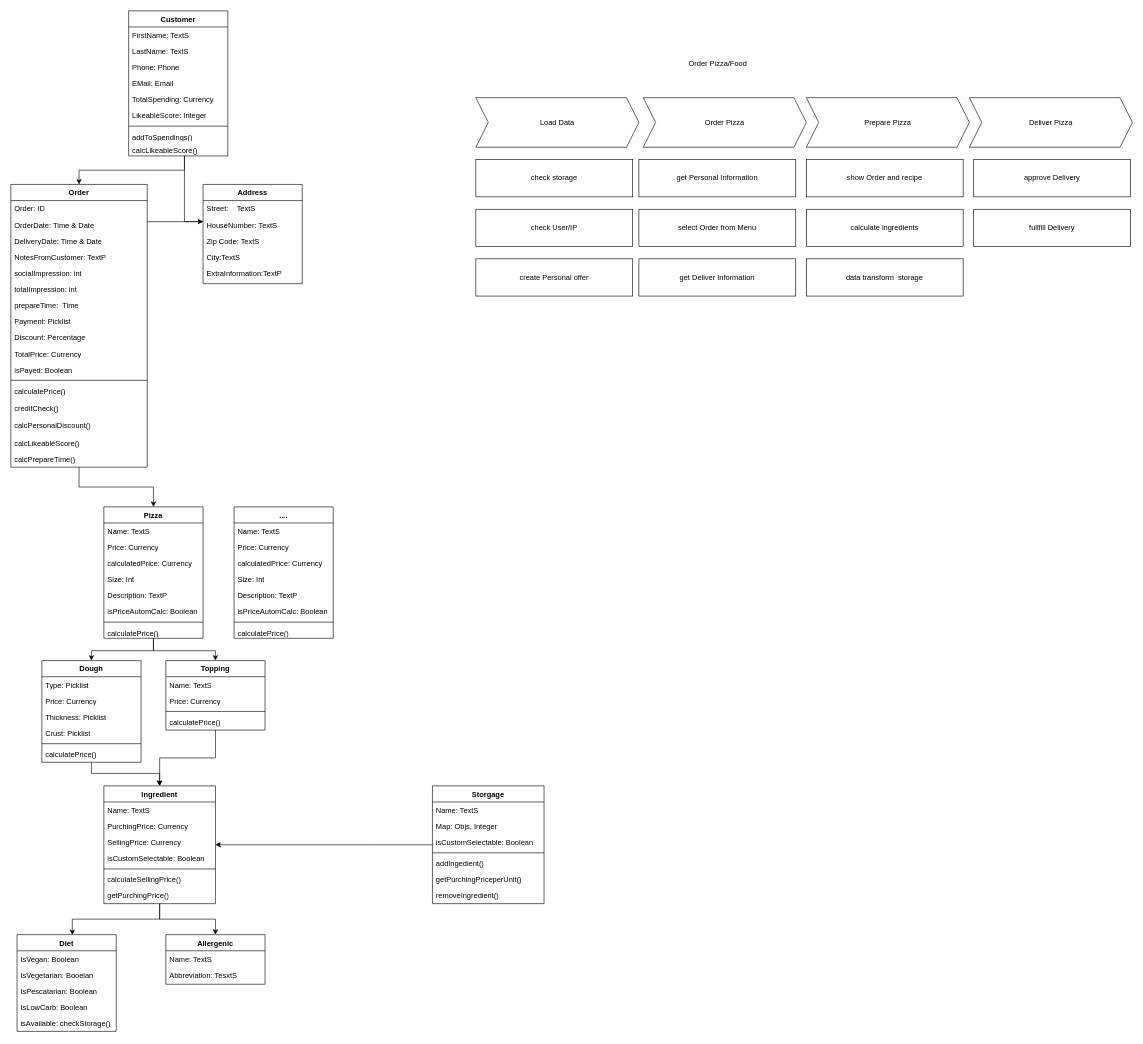
MBundel/Pega-Pizza keeps this draw.io diagram as PegaPizza.drawio. Above is the earlier version. Source tidied: cells renumbered, new cells numbered last; positions are measured from the earlier drawing's top-left corner, leaving out a move shared by most shapes. Both pictures are drawn from the tidied source at 62%, with x=0, y=0 at pixel (11, 11).
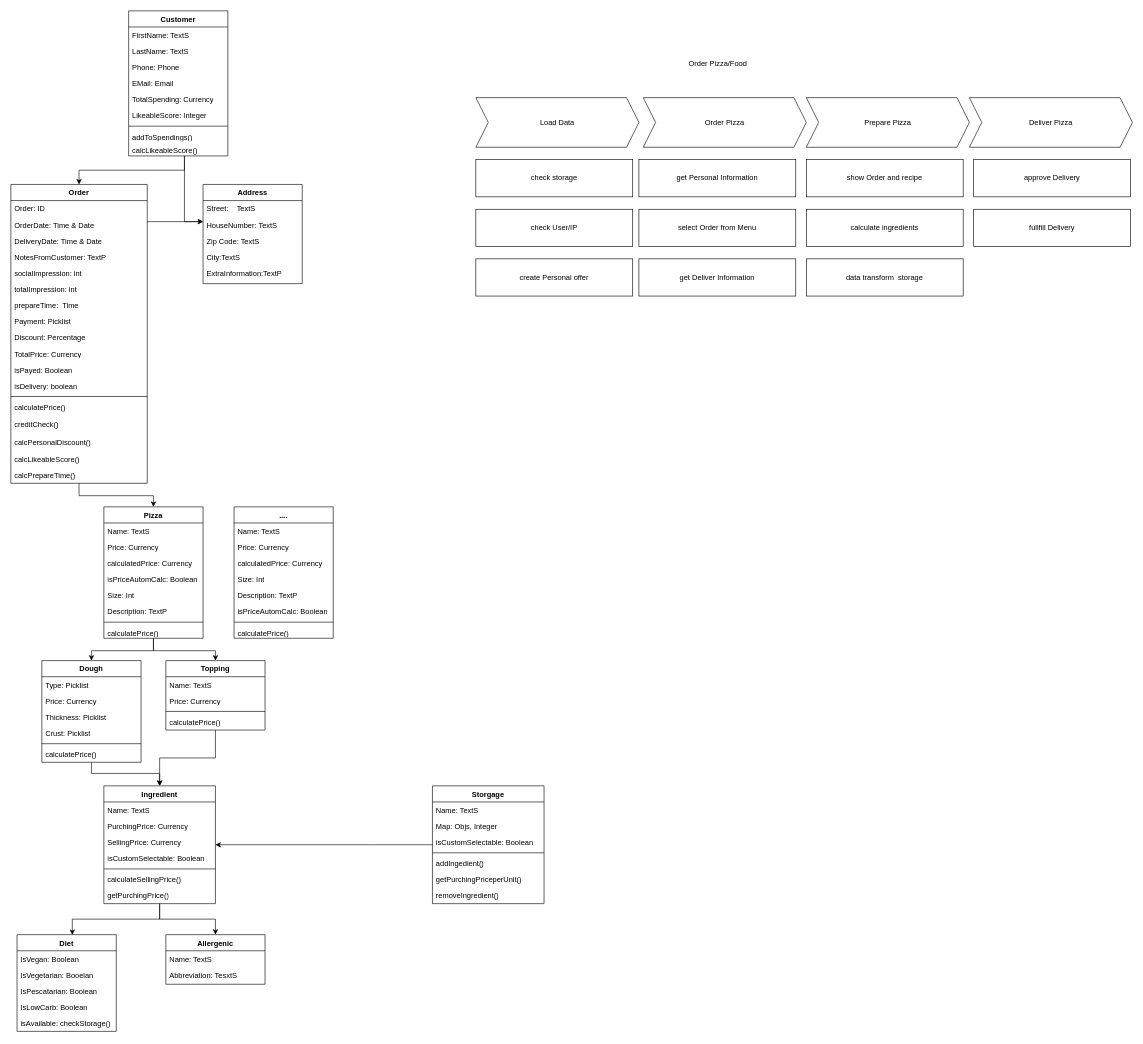
The same diagram, later.

The change refers to these unchanged cells:
```xml
<mxCell id="20" value="Pizza" style="swimlane;fontStyle=1;align=center;verticalAlign=top;horizontal=1;startSize=26;whiteSpace=wrap;html=1;" parent="1" vertex="1">
  <mxGeometry x="150" y="800" width="160" height="212" as="geometry" />
</mxCell>
```

The edit, as a diff of the source:
```diff
@@
+    <mxCell id="26" value="isPriceAutomCalc: Boolean" style="text;strokeColor=none;fillColor=none;align=left;verticalAlign=top;spacingLeft=4;spacingRight=4;overflow=hidden;whiteSpace=wrap;html=1;" parent="20" vertex="1">
+      <mxGeometry y="104" width="160" height="26" as="geometry" />
+    </mxCell>
     <mxCell id="24" value="Size: Int" style="text;strokeColor=none;fillColor=none;align=left;verticalAlign=top;spacingLeft=4;spacingRight=4;overflow=hidden;whiteSpace=wrap;html=1;" parent="20" vertex="1">
-      <mxGeometry y="104" width="160" height="26" as="geometry" />
+      <mxGeometry y="130" width="160" height="26" as="geometry" />
     </mxCell>
     <mxCell id="25" value="Description: TextP" style="text;strokeColor=none;fillColor=none;align=left;verticalAlign=top;spacingLeft=4;spacingRight=4;overflow=hidden;whiteSpace=wrap;html=1;" parent="20" vertex="1">
-      <mxGeometry y="130" width="160" height="26" as="geometry" />
+      <mxGeometry y="156" width="160" height="26" as="geometry" />
     </mxCell>
-    <mxCell id="26" value="isPriceAutomCalc: Boolean" style="text;strokeColor=none;fillColor=none;align=left;verticalAlign=top;spacingLeft=4;spacingRight=4;overflow=hidden;whiteSpace=wrap;html=1;" parent="20" vertex="1">
-      <mxGeometry y="156" width="160" height="26" as="geometry" />
-    </mxCell>
@@
     <mxCell id="33" value="Order" style="swimlane;fontStyle=1;align=center;verticalAlign=top;horizontal=1;startSize=26;whiteSpace=wrap;html=1;" parent="1" vertex="1">
-      <mxGeometry y="280" width="220" height="456" as="geometry" />
+      <mxGeometry y="280" width="220" height="482" as="geometry" />
     </mxCell>
@@
+    <mxCell id="118" value="isDelivery: boolean" style="text;strokeColor=none;fillColor=none;align=left;verticalAlign=top;spacingLeft=4;spacingRight=4;overflow=hidden;whiteSpace=wrap;html=1;" parent="33" vertex="1">
+      <mxGeometry y="312" width="220" height="26" as="geometry" />
+    </mxCell>
     <mxCell id="45" style="line;strokeWidth=1;fillColor=none;align=left;verticalAlign=middle;spacingTop=-1;spacingLeft=3;spacingRight=3;labelPosition=right;strokeColor=inherit;" parent="33" vertex="1">
-      <mxGeometry y="312" width="220" height="8" as="geometry" />
+      <mxGeometry y="338" width="220" height="8" as="geometry" />
     </mxCell>
     <mxCell id="46" value="calculatePrice()" style="text;strokeColor=none;fillColor=none;align=left;verticalAlign=top;spacingLeft=4;spacingRight=4;overflow=hidden;whiteSpace=wrap;html=1;" parent="33" vertex="1">
-      <mxGeometry y="320" width="220" height="28" as="geometry" />
+      <mxGeometry y="346" width="220" height="28" as="geometry" />
     </mxCell>
     <mxCell id="47" value="creditCheck()" style="text;strokeColor=none;fillColor=none;align=left;verticalAlign=top;spacingLeft=4;spacingRight=4;overflow=hidden;whiteSpace=wrap;html=1;" parent="33" vertex="1">
-      <mxGeometry y="348" width="220" height="28" as="geometry" />
+      <mxGeometry y="374" width="220" height="28" as="geometry" />
     </mxCell>
     <mxCell id="48" value="calcPersonalDiscount()" style="text;strokeColor=none;fillColor=none;align=left;verticalAlign=top;spacingLeft=4;spacingRight=4;overflow=hidden;whiteSpace=wrap;html=1;" parent="33" vertex="1">
-      <mxGeometry y="376" width="220" height="28" as="geometry" />
+      <mxGeometry y="402" width="220" height="28" as="geometry" />
     </mxCell>
     <mxCell id="49" value="calcLikeableScore()" style="text;strokeColor=none;fillColor=none;align=left;verticalAlign=top;spacingLeft=4;spacingRight=4;overflow=hidden;whiteSpace=wrap;html=1;" parent="33" vertex="1">
-      <mxGeometry y="404" width="220" height="26" as="geometry" />
+      <mxGeometry y="430" width="220" height="26" as="geometry" />
     </mxCell>
     <mxCell id="50" value="calcPrepareTime()" style="text;strokeColor=none;fillColor=none;align=left;verticalAlign=top;spacingLeft=4;spacingRight=4;overflow=hidden;whiteSpace=wrap;html=1;" parent="33" vertex="1">
-      <mxGeometry y="430" width="220" height="26" as="geometry" />
+      <mxGeometry y="456" width="220" height="26" as="geometry" />
     </mxCell>
```
